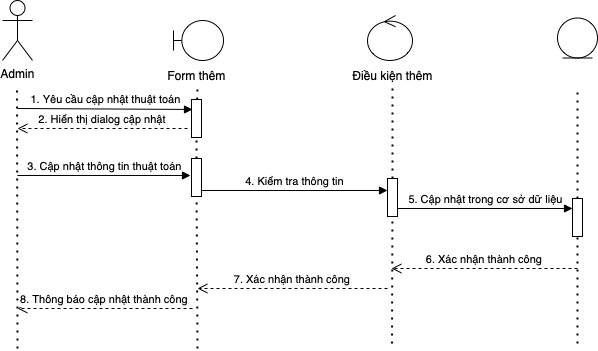
Before: updateAlgorithm.drawio.png, a diagram exported from draw.io (lesongvi/dhelpproject). Source tidied: cells renumbered, new cells last; positions are measured from the earlier drawing's top-left corner, leaving out a move shared by most shapes.
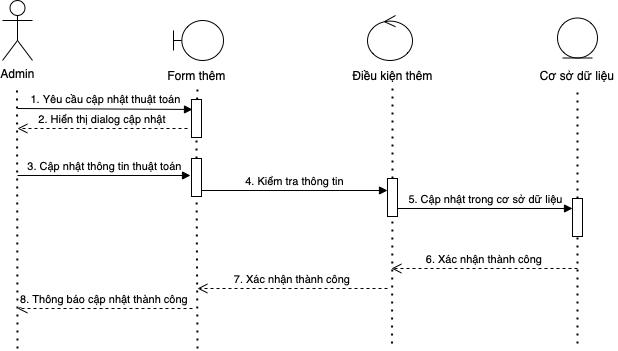
The same diagram one commit later.

Change to the diagram source:
```diff
@@ -115,5 +115,8 @@
         <mxPoint x="15" y="308" as="targetPoint" />
       </mxGeometry>
     </mxCell>
+    <mxCell id="28" value="Cơ sở dữ liệu" style="text;html=1;strokeColor=none;fillColor=none;align=center;verticalAlign=middle;whiteSpace=wrap;rounded=0;" parent="1" vertex="1">
+      <mxGeometry x="535" y="66" width="80" height="18" as="geometry" />
+    </mxCell>
   </root>
 </mxGraphModel>
```
